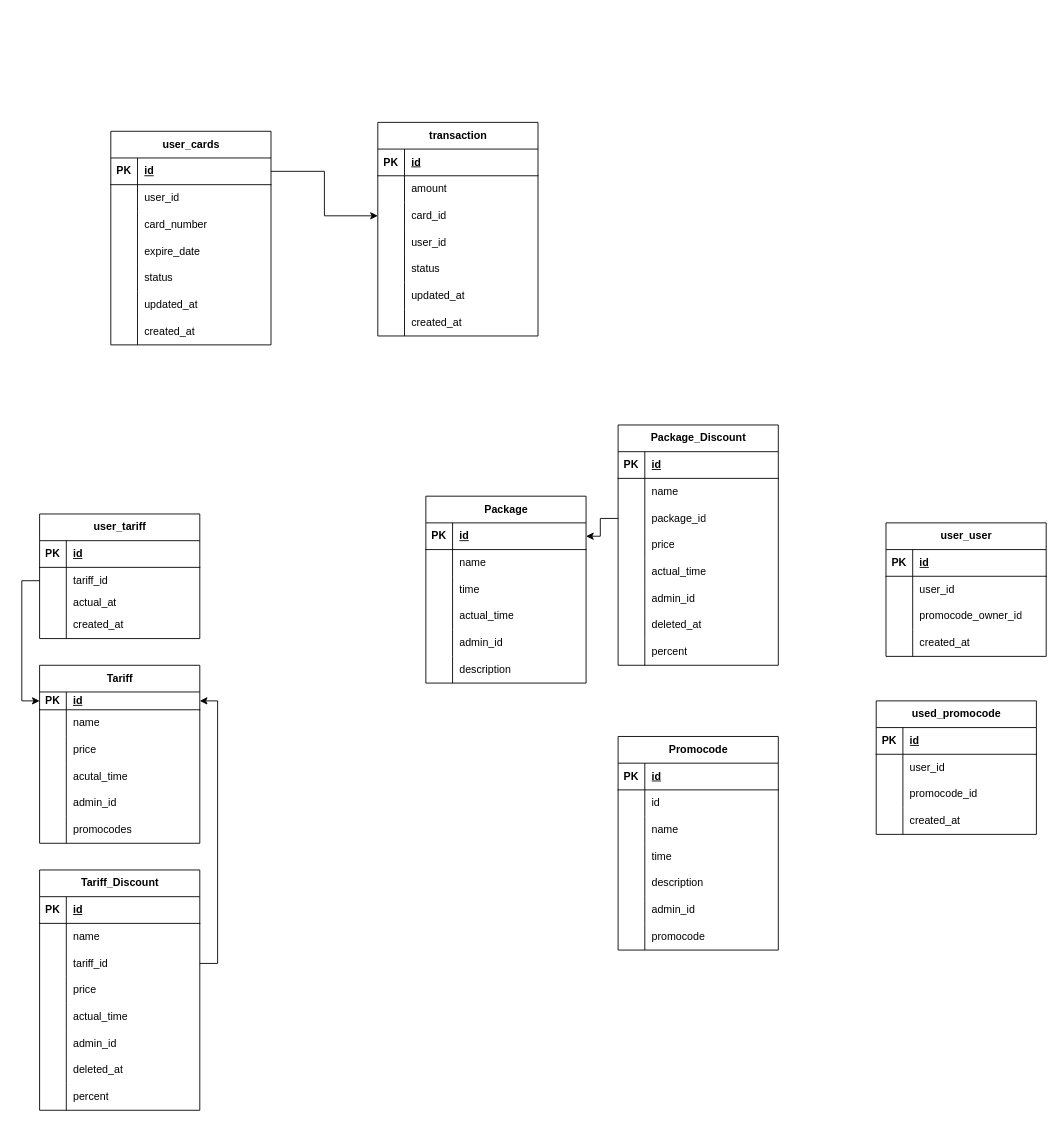
Above: Диаграмма без названия.drawio in Asliddin3/api-gateway (draw.io), before the change. Source tidied: cells renumbered, new cells numbered last; positions are measured from the earlier drawing's top-left corner, leaving out a move shared by most shapes. Both pictures are drawn from the tidied source at 89%, with x=0, y=0 at pixel (39, 122).
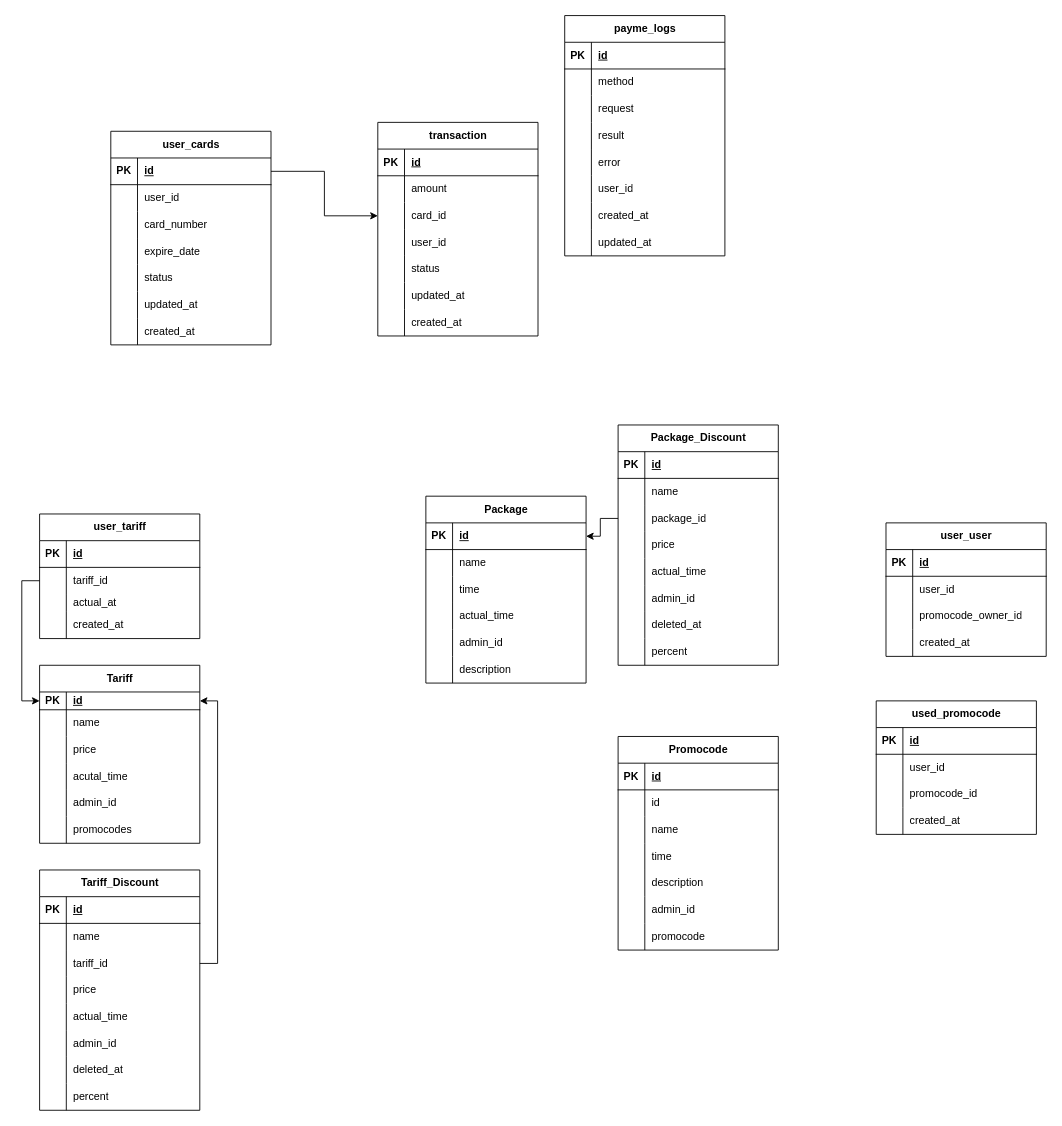
The same diagram, later.

The edit, as a diff of the source:
```diff
@@
+    <mxCell id="199" value="payme_logs" style="shape=table;startSize=30;childLayout=tableLayout;rowLines=0;fontStyle=1;align=center;html=1;" parent="1" vertex="1">
+      <mxGeometry x="590" y="-120" width="180" height="270" as="geometry" />
+    </mxCell>
+    <mxCell id="200" style="shape=tableRow;horizontal=0;startSize=0;swimlaneHead=0;swimlaneBody=0;fillColor=none;top=0;left=0;right=0;bottom=1;" parent="199" vertex="1">
+      <mxGeometry y="30" width="180" height="30" as="geometry" />
+    </mxCell>
+    <mxCell id="201" value="PK" style="shape=partialRectangle;fillColor=none;top=0;left=0;bottom=0;right=0;fontStyle=1;overflow=hidden;whiteSpace=wrap;html=1;" parent="200" vertex="1">
+      <mxGeometry width="30" height="30" as="geometry" />
+    </mxCell>
+    <mxCell id="202" value="id" style="shape=partialRectangle;fillColor=none;top=0;left=0;bottom=0;right=0;align=left;spacingLeft=6;fontStyle=5;overflow=hidden;whiteSpace=wrap;html=1;" parent="200" vertex="1">
+      <mxGeometry x="30" width="150" height="30" as="geometry" />
+    </mxCell>
+    <mxCell id="203" style="shape=tableRow;horizontal=0;startSize=0;swimlaneHead=0;swimlaneBody=0;fillColor=none;top=0;left=0;right=0;bottom=0;" parent="199" vertex="1">
+      <mxGeometry y="60" width="180" height="30" as="geometry" />
+    </mxCell>
+    <mxCell id="204" style="shape=partialRectangle;fillColor=none;top=0;left=0;bottom=0;right=0;overflow=hidden;whiteSpace=wrap;html=1;" parent="203" vertex="1">
+      <mxGeometry width="30" height="30" as="geometry" />
+    </mxCell>
+    <mxCell id="205" value="method" style="shape=partialRectangle;fillColor=none;top=0;left=0;bottom=0;right=0;align=left;spacingLeft=6;overflow=hidden;whiteSpace=wrap;html=1;" parent="203" vertex="1">
+      <mxGeometry x="30" width="150" height="30" as="geometry" />
+    </mxCell>
+    <mxCell id="206" style="shape=tableRow;horizontal=0;startSize=0;swimlaneHead=0;swimlaneBody=0;fillColor=none;top=0;left=0;right=0;bottom=0;" parent="199" vertex="1">
+      <mxGeometry y="90" width="180" height="30" as="geometry" />
+    </mxCell>
+    <mxCell id="207" style="shape=partialRectangle;fillColor=none;top=0;left=0;bottom=0;right=0;overflow=hidden;whiteSpace=wrap;html=1;" parent="206" vertex="1">
+      <mxGeometry width="30" height="30" as="geometry" />
+    </mxCell>
+    <mxCell id="208" value="request" style="shape=partialRectangle;fillColor=none;top=0;left=0;bottom=0;right=0;align=left;spacingLeft=6;overflow=hidden;whiteSpace=wrap;html=1;" parent="206" vertex="1">
+      <mxGeometry x="30" width="150" height="30" as="geometry" />
+    </mxCell>
+    <mxCell id="209" style="shape=tableRow;horizontal=0;startSize=0;swimlaneHead=0;swimlaneBody=0;fillColor=none;top=0;left=0;right=0;bottom=0;" parent="199" vertex="1">
+      <mxGeometry y="120" width="180" height="30" as="geometry" />
+    </mxCell>
+    <mxCell id="210" style="shape=partialRectangle;fillColor=none;top=0;left=0;bottom=0;right=0;overflow=hidden;whiteSpace=wrap;html=1;" parent="209" vertex="1">
+      <mxGeometry width="30" height="30" as="geometry" />
+    </mxCell>
+    <mxCell id="211" value="result" style="shape=partialRectangle;fillColor=none;top=0;left=0;bottom=0;right=0;align=left;spacingLeft=6;overflow=hidden;whiteSpace=wrap;html=1;" parent="209" vertex="1">
+      <mxGeometry x="30" width="150" height="30" as="geometry" />
+    </mxCell>
+    <mxCell id="212" style="shape=tableRow;horizontal=0;startSize=0;swimlaneHead=0;swimlaneBody=0;fillColor=none;top=0;left=0;right=0;bottom=0;" parent="199" vertex="1">
+      <mxGeometry y="150" width="180" height="30" as="geometry" />
+    </mxCell>
+    <mxCell id="213" style="shape=partialRectangle;fillColor=none;top=0;left=0;bottom=0;right=0;overflow=hidden;whiteSpace=wrap;html=1;" parent="212" vertex="1">
+      <mxGeometry width="30" height="30" as="geometry" />
+    </mxCell>
+    <mxCell id="214" value="error" style="shape=partialRectangle;fillColor=none;top=0;left=0;bottom=0;right=0;align=left;spacingLeft=6;overflow=hidden;whiteSpace=wrap;html=1;" parent="212" vertex="1">
+      <mxGeometry x="30" width="150" height="30" as="geometry" />
+    </mxCell>
+    <mxCell id="215" style="shape=tableRow;horizontal=0;startSize=0;swimlaneHead=0;swimlaneBody=0;fillColor=none;top=0;left=0;right=0;bottom=0;" parent="199" vertex="1">
+      <mxGeometry y="180" width="180" height="30" as="geometry" />
+    </mxCell>
+    <mxCell id="216" style="shape=partialRectangle;fillColor=none;top=0;left=0;bottom=0;right=0;overflow=hidden;whiteSpace=wrap;html=1;" parent="215" vertex="1">
+      <mxGeometry width="30" height="30" as="geometry" />
+    </mxCell>
+    <mxCell id="217" value="user_id" style="shape=partialRectangle;fillColor=none;top=0;left=0;bottom=0;right=0;align=left;spacingLeft=6;overflow=hidden;whiteSpace=wrap;html=1;" parent="215" vertex="1">
+      <mxGeometry x="30" width="150" height="30" as="geometry" />
+    </mxCell>
+    <mxCell id="218" style="shape=tableRow;horizontal=0;startSize=0;swimlaneHead=0;swimlaneBody=0;fillColor=none;top=0;left=0;right=0;bottom=0;" parent="199" vertex="1">
+      <mxGeometry y="210" width="180" height="30" as="geometry" />
+    </mxCell>
+    <mxCell id="219" style="shape=partialRectangle;fillColor=none;top=0;left=0;bottom=0;right=0;overflow=hidden;whiteSpace=wrap;html=1;" parent="218" vertex="1">
+      <mxGeometry width="30" height="30" as="geometry" />
+    </mxCell>
+    <mxCell id="220" value="created_at" style="shape=partialRectangle;fillColor=none;top=0;left=0;bottom=0;right=0;align=left;spacingLeft=6;overflow=hidden;whiteSpace=wrap;html=1;" parent="218" vertex="1">
+      <mxGeometry x="30" width="150" height="30" as="geometry" />
+    </mxCell>
+    <mxCell id="221" style="shape=tableRow;horizontal=0;startSize=0;swimlaneHead=0;swimlaneBody=0;fillColor=none;top=0;left=0;right=0;bottom=0;" parent="199" vertex="1">
+      <mxGeometry y="240" width="180" height="30" as="geometry" />
+    </mxCell>
+    <mxCell id="222" style="shape=partialRectangle;fillColor=none;top=0;left=0;bottom=0;right=0;overflow=hidden;whiteSpace=wrap;html=1;" parent="221" vertex="1">
+      <mxGeometry width="30" height="30" as="geometry" />
+    </mxCell>
+    <mxCell id="223" value="updated_at" style="shape=partialRectangle;fillColor=none;top=0;left=0;bottom=0;right=0;align=left;spacingLeft=6;overflow=hidden;whiteSpace=wrap;html=1;" parent="221" vertex="1">
+      <mxGeometry x="30" width="150" height="30" as="geometry" />
+    </mxCell>
```
